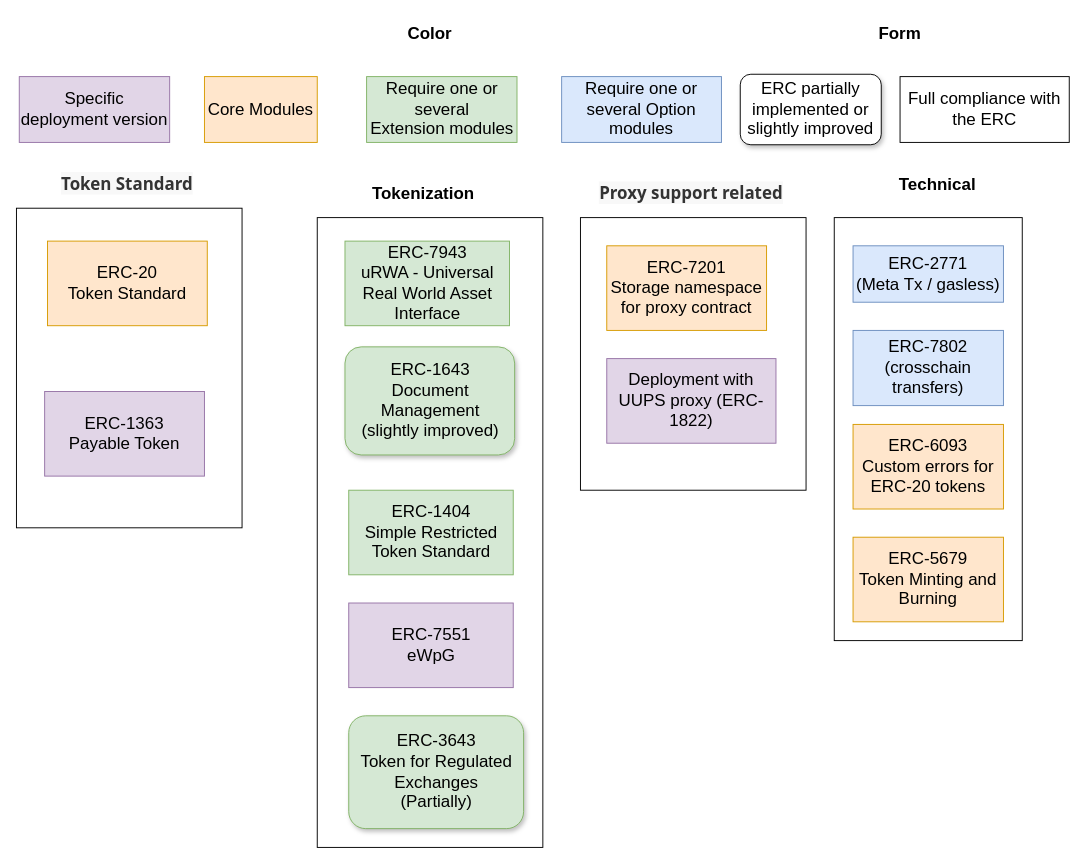
CMTA/CMTAT keeps this draw.io diagram as page "ERC" (1 of 6) of doc/schema/drawio/architecture.drawio. Above is the earlier version. Source tidied: cells renumbered, new cells numbered last; positions are measured from the earlier drawing's top-left corner, leaving out a move shared by most shapes. Both pictures are drawn from the tidied source at 94%, with x=0, y=0 at pixel (16, 20).
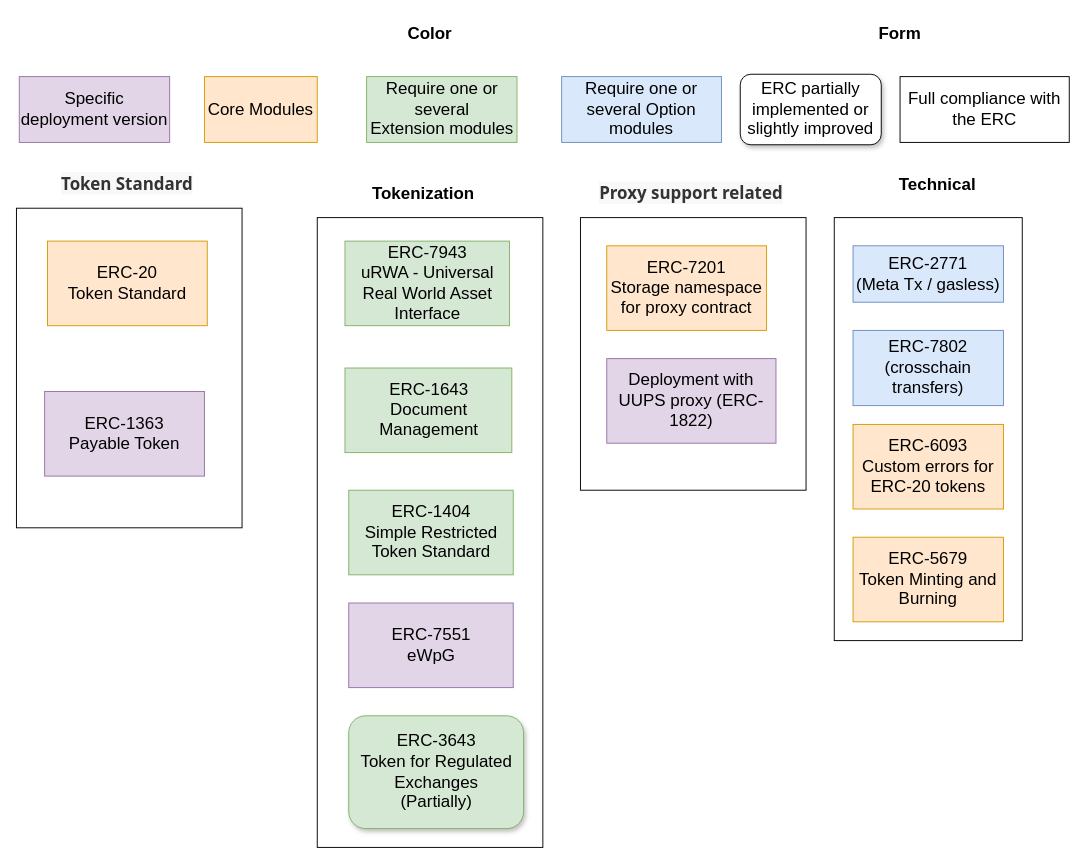
The same diagram, later.

The edit, as a diff of the source:
```diff
@@
-    <mxCell id="24" value="&lt;span style=&quot;font-size: 18px;&quot;&gt;ERC-1643&lt;/span&gt;&lt;br style=&quot;font-size: 18px;&quot;&gt;&lt;span style=&quot;font-size: 18px;&quot;&gt;Document Management&lt;/span&gt;&lt;br style=&quot;font-size: 18px;&quot;&gt;&lt;span style=&quot;font-size: 18px;&quot;&gt;(slightly improved)&lt;/span&gt;" style="rounded=1;whiteSpace=wrap;html=1;glass=0;sketch=0;shadow=1;fillColor=#d5e8d4;strokeColor=#82b366;" parent="1" vertex="1">
-      <mxGeometry x="349.5" y="347.5" width="180.5" height="115" as="geometry" />
-    </mxCell>
@@
+    <mxCell id="31" value="ERC-1643&lt;br&gt;Document Management" style="rounded=0;whiteSpace=wrap;html=1;fontSize=18;fillColor=#d5e8d4;strokeColor=#82b366;" parent="1" vertex="1">
+      <mxGeometry x="349.5" y="370" width="177.5" height="90" as="geometry" />
+    </mxCell>
```
